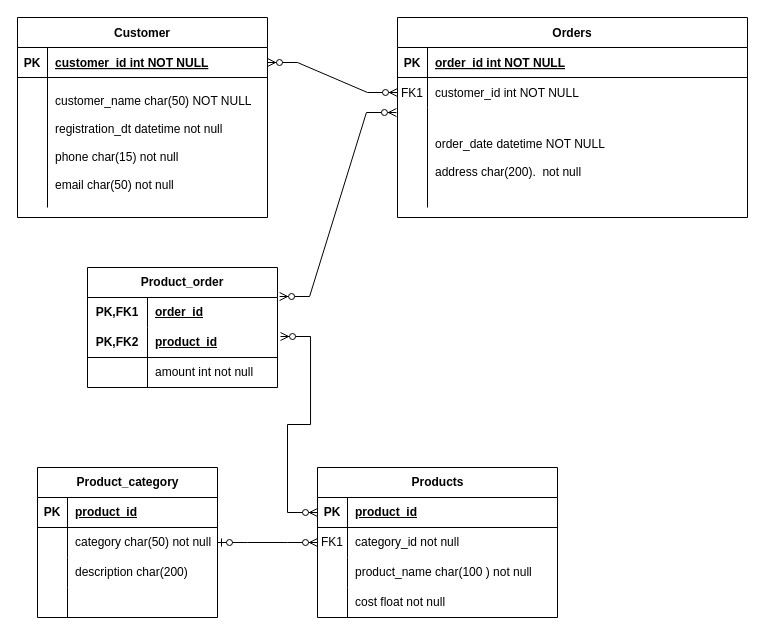
vgnevyshev/dwh keeps this draw.io diagram as components/Core data - logical.drawio. Above is the earlier version. Source tidied: cells renumbered, new cells numbered last; positions are measured from the earlier drawing's top-left corner, leaving out a move shared by most shapes. Both pictures are drawn from the tidied source at 100%, with x=0, y=0 at pixel (17, 17).
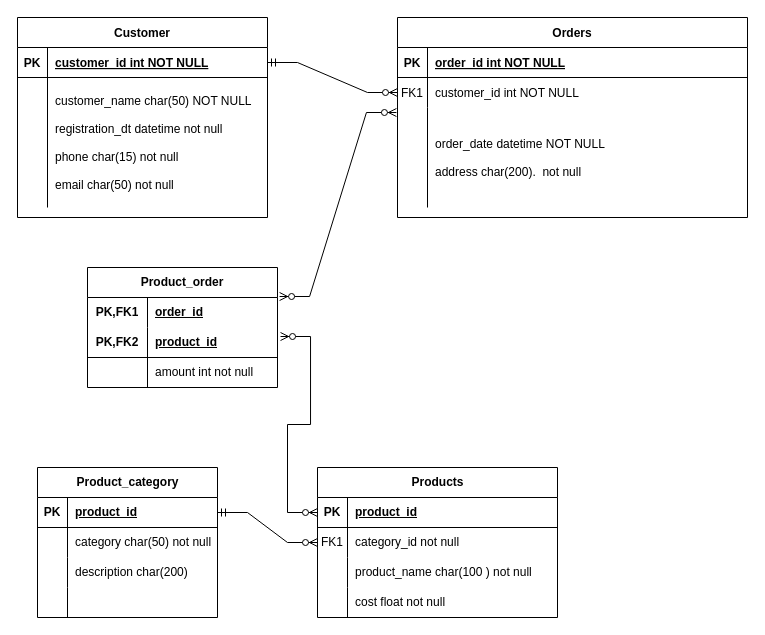
Above is the later version.

Unchanged cells that the change refers to:
```xml
<mxCell id="6" style="shape=partialRectangle;fillColor=none;points=[[0,0.5],[1,0.5]];portConstraint=eastwest;top=0;left=0;right=0;bottom=0;" parent="2" vertex="1">
  <mxGeometry y="60" width="350" height="30" as="geometry" />
</mxCell>
<mxCell id="13" style="shape=partialRectangle;fillColor=none;points=[[0,0.5],[1,0.5]];portConstraint=eastwest;top=0;left=0;right=0;bottom=1;" parent="12" vertex="1">
  <mxGeometry y="30" width="250" height="30" as="geometry" />
</mxCell>
<mxCell id="20" style="shape=tableRow;horizontal=0;startSize=0;swimlaneHead=0;swimlaneBody=0;fillColor=none;points=[[0,0.5],[1,0.5]];portConstraint=eastwest;top=0;left=0;right=0;bottom=1;" parent="19" vertex="1">
  <mxGeometry y="30" width="180" height="30" as="geometry" />
</mxCell>
<mxCell id="23" style="shape=tableRow;horizontal=0;startSize=0;swimlaneHead=0;swimlaneBody=0;fillColor=none;points=[[0,0.5],[1,0.5]];portConstraint=eastwest;top=0;left=0;right=0;bottom=0;" parent="19" vertex="1">
  <mxGeometry y="60" width="180" height="30" as="geometry" />
</mxCell>
<mxCell id="46" style="shape=tableRow;horizontal=0;startSize=0;swimlaneHead=0;swimlaneBody=0;fillColor=none;points=[[0,0.5],[1,0.5]];portConstraint=eastwest;top=0;left=0;right=0;bottom=0;" parent="42" vertex="1">
  <mxGeometry y="60" width="240" height="30" as="geometry" />
</mxCell>
```

The edit, as a diff of the source:
```diff
@@
-    <mxCell id="55" style="edgeStyle=entityRelationEdgeStyle;fontSize=12;html=1;endArrow=ERzeroToMany;startArrow=ERzeroToOne;rounded=0;exitX=1;exitY=0.5;exitDx=0;exitDy=0;entryX=0;entryY=0.5;entryDx=0;entryDy=0;" parent="1" edge="1" source="23" target="46">
-      <mxGeometry relative="1" as="geometry" />
-    </mxCell>
-    <mxCell id="56" style="edgeStyle=entityRelationEdgeStyle;fontSize=12;html=1;endArrow=ERzeroToMany;endFill=1;startArrow=ERzeroToMany;rounded=0;entryX=0;entryY=0.5;entryDx=0;entryDy=0;exitX=1;exitY=0.5;exitDx=0;exitDy=0;" parent="1" edge="1" source="13" target="6">
-      <mxGeometry relative="1" as="geometry" />
-    </mxCell>
@@
+    <mxCell id="56" style="edgeStyle=entityRelationEdgeStyle;fontSize=12;html=1;endArrow=ERzeroToMany;startArrow=ERmandOne;rounded=0;exitX=1;exitY=0.5;exitDx=0;exitDy=0;entryX=0;entryY=0.5;entryDx=0;entryDy=0;" parent="1" edge="1" source="13" target="6">
+      <mxGeometry relative="1" as="geometry" />
+    </mxCell>
+    <mxCell id="59" style="edgeStyle=entityRelationEdgeStyle;fontSize=12;html=1;endArrow=ERzeroToMany;startArrow=ERmandOne;rounded=0;entryX=0;entryY=0.5;entryDx=0;entryDy=0;exitX=1;exitY=0.5;exitDx=0;exitDy=0;" parent="1" edge="1" source="20" target="46">
+      <mxGeometry relative="1" as="geometry" />
+    </mxCell>
```
